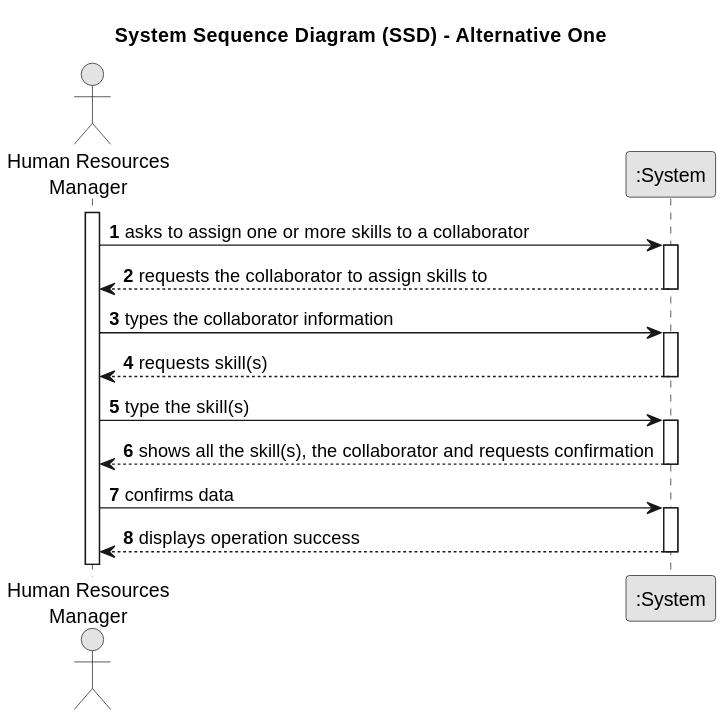
The PlantUML diagram docs/sprintA/us004/01.requirements-engineering/svg/us004-system-sequence-diagram-alternative-one.svg in 1231360-ISEP/lei-24-s2-1db-g021, before a commit. Source of this version:
```plantuml
@startuml
skinparam monochrome true
skinparam packageStyle rectangle
skinparam shadowing false

title System Sequence Diagram (SSD) - Alternative One

autonumber

actor "Human Resources\nManager" as Employee
participant ":System" as System

activate Employee

    Employee -> System : asks to assign one or more skills to a collaborator
    activate System

        System --> Employee : requests the collaborator to assign skills to
    deactivate System

    Employee -> System : types the collaborator information
    activate System

        System --> Employee : requests skill(s)
    deactivate System

    Employee -> System : type the skill(s)
    activate System

        System --> Employee : shows all the skill(s), the collaborator and requests confirmation
    deactivate System

    Employee -> System : confirms data
    activate System

        System --> Employee : displays operation success
    deactivate System
@enduml
```
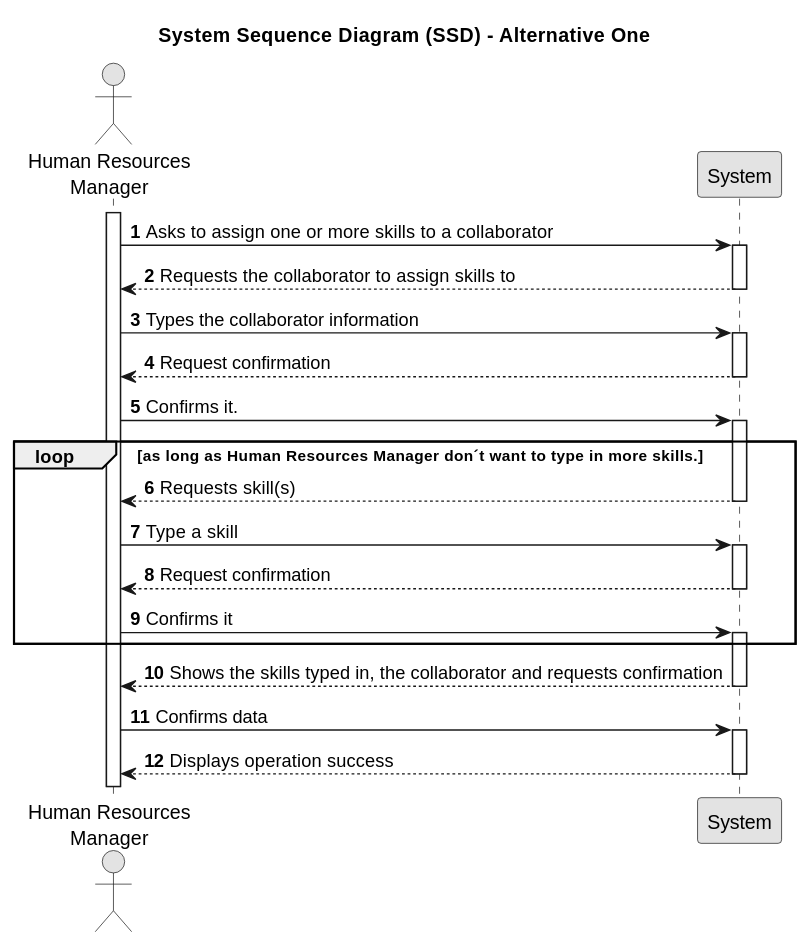
After the commit.

What changed in the source:
```diff
@@ -8,31 +8,40 @@
 autonumber
 
 actor "Human Resources\nManager" as Employee
-participant ":System" as System
+participant "System" as System
 
 activate Employee
 
-    Employee -> System : asks to assign one or more skills to a collaborator
+    Employee -> System : Asks to assign one or more skills to a collaborator
     activate System
 
-        System --> Employee : requests the collaborator to assign skills to
+        System --> Employee : Requests the collaborator to assign skills to
     deactivate System
 
-    Employee -> System : types the collaborator information
+    Employee -> System : Types the collaborator information
     activate System
 
-        System --> Employee : requests skill(s)
+            System --> Employee : Request confirmation
     deactivate System
 
-    Employee -> System : type the skill(s)
+    Employee -> System : Confirms it.
+    loop as long as Human Resources Manager don´t want to type in more skills.
+        activate System
+        System --> Employee : Requests skill(s)
+        deactivate System
+        Employee -> System : Type a skill
+        activate System
+        System --> Employee : Request confirmation
+        deactivate System
+        Employee -> System : Confirms it
+        activate System
+    end
+        System --> Employee : Shows the skills typed in, the collaborator and requests confirmation
+    deactivate System
+
+    Employee -> System : Confirms data
     activate System
 
-        System --> Employee : shows all the skill(s), the collaborator and requests confirmation
-    deactivate System
-
-    Employee -> System : confirms data
-    activate System
-
-        System --> Employee : displays operation success
+        System --> Employee : Displays operation success
     deactivate System
 @enduml
```
